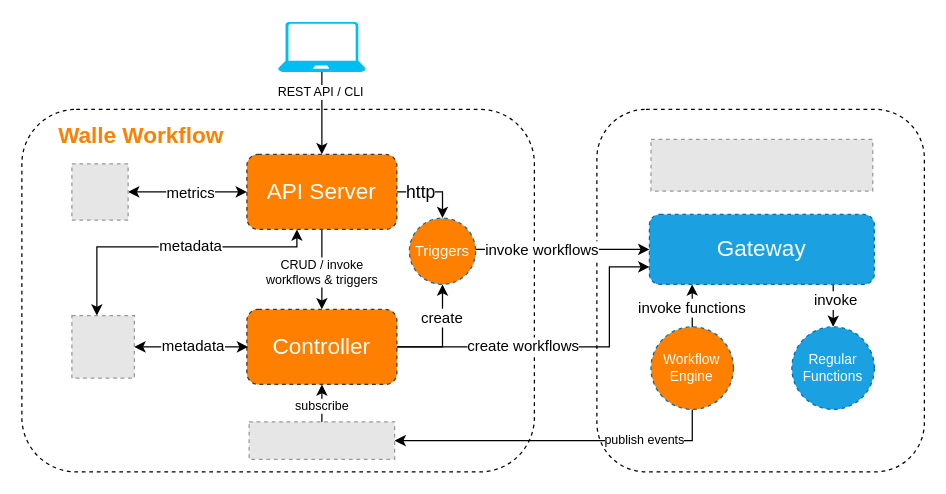
Above: Architecture.drawio in yubinnng/walle (draw.io), before the change. Source tidied: cells renumbered, new cells numbered last; positions are measured from the earlier drawing's top-left corner, leaving out a move shared by most shapes. Both pictures are drawn from the tidied source at 125%, with x=0, y=0 at pixel (21, 21). Pictures stored in the file or linked from it are replaced by grey dashed boxes.
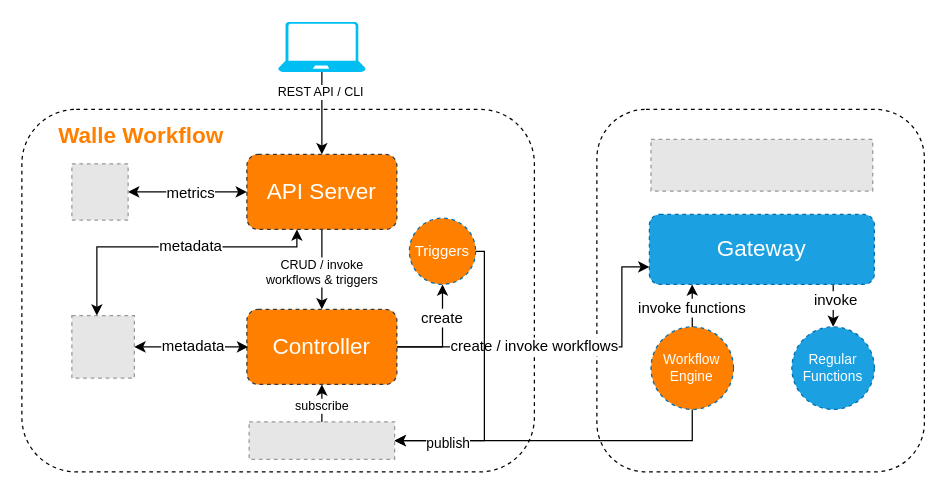
The same page after the edit.

Unchanged cells that the change refers to:
```xml
<mxCell id="6" value="Gateway" style="whiteSpace=wrap;html=1;rounded=1;dashed=1;fillColor=#1ba1e2;fontColor=#ffffff;strokeColor=#006EAF;fontSize=18;" parent="1" vertex="1">
  <mxGeometry x="502" y="154" width="180" height="56" as="geometry" />
</mxCell>
<mxCell id="12" value="Workflow&lt;br&gt;Engine" style="ellipse;whiteSpace=wrap;html=1;rounded=1;dashed=1;fontSize=11;fillColor=#FF8000;fontColor=#ffffff;strokeColor=#006EAF;" parent="1" vertex="1">
  <mxGeometry x="503.3" y="244" width="66" height="66" as="geometry" />
</mxCell>
<mxCell id="18" value="API Server" style="whiteSpace=wrap;html=1;rounded=1;dashed=1;fontSize=18;fillColor=#FF8000;strokeColor=#36393d;fontColor=#FFFFFF;" parent="1" vertex="1">
  <mxGeometry x="180" y="106" width="120" height="60" as="geometry" />
</mxCell>
<mxCell id="30" value="Controller" style="whiteSpace=wrap;html=1;rounded=1;dashed=1;fontSize=18;fillColor=#FF8000;strokeColor=#36393d;fontColor=#FFFFFF;" parent="1" vertex="1">
  <mxGeometry x="180" y="230" width="120" height="60" as="geometry" />
</mxCell>
<mxCell id="31" style="fillColor=#E6E6E6;strokeColor=#999999;dashed=1;verticalLabelPosition=bottom;labelBackgroundColor=#ffffff;verticalAlign=top;" parent="1" vertex="1">
  <mxGeometry x="181.8" y="320" width="116.4" height="30" as="geometry" />
</mxCell>
<mxCell id="40" value="Triggers" style="ellipse;whiteSpace=wrap;html=1;rounded=1;dashed=1;fontSize=12;fillColor=#FF8000;fontColor=#ffffff;strokeColor=#006EAF;" parent="1" vertex="1">
  <mxGeometry x="310" y="157" width="53" height="53" as="geometry" />
</mxCell>
```

What changed in the source:
```diff
@@
-    <mxCell id="10" style="edgeStyle=orthogonalEdgeStyle;rounded=0;jettySize=auto;html=1;entryX=1;entryY=0.5;entryDx=0;entryDy=0;fontSize=12;fontColor=#000000;startArrow=none;startFill=0;endArrow=classic;endFill=1;exitX=0.5;exitY=1;exitDx=0;exitDy=0;" parent="1" edge="1" source="12" target="31">
+    <mxCell id="10" style="edgeStyle=orthogonalEdgeStyle;rounded=0;jettySize=auto;html=1;entryX=1;entryY=0.5;entryDx=0;entryDy=0;exitX=0.5;exitY=1;exitDx=0;exitDy=0;" parent="1" edge="1" source="12" target="31">
       <mxGeometry relative="1" as="geometry" />
     </mxCell>
-    <mxCell id="11" value="publish events" style="edgeLabel;html=1;align=center;verticalAlign=middle;fontSize=10;fontColor=#000000;" parent="10" vertex="1">
-      <mxGeometry x="0.26" y="-1" relative="1" as="geometry">
-        <mxPoint x="102" y="-1" as="offset" />
-      </mxGeometry>
-    </mxCell>
@@
-    <mxCell id="16" style="edgeStyle=orthogonalEdgeStyle;rounded=0;jettySize=auto;html=1;fontSize=14;fontColor=#000000;startArrow=none;startFill=0;endArrow=classic;endFill=1;entryX=0.5;entryY=0;entryDx=0;entryDy=0;" parent="1" edge="1" source="18" target="40">
-      <mxGeometry relative="1" as="geometry" />
-    </mxCell>
-    <mxCell id="17" value="http" style="edgeLabel;html=1;align=center;verticalAlign=middle;fontSize=14;fontColor=#000000;" parent="16" vertex="1">
-      <mxGeometry x="-0.03" y="1" relative="1" as="geometry">
-        <mxPoint x="-10" as="offset" />
-      </mxGeometry>
-    </mxCell>
@@
     <mxCell id="26" style="edgeStyle=orthogonalEdgeStyle;rounded=0;jettySize=auto;html=1;fontSize=12;fontColor=#000000;startArrow=none;startFill=0;endArrow=classic;endFill=1;entryX=0;entryY=0.75;entryDx=0;entryDy=0;" parent="1" edge="1" source="30" target="6">
       <mxGeometry relative="1" as="geometry">
         <Array as="points">
-          <mxPoint x="470" y="260" />
-          <mxPoint x="470" y="196" />
+          <mxPoint x="480" y="260" />
+          <mxPoint x="480" y="196" />
         </Array>
       </mxGeometry>
     </mxCell>
-    <mxCell id="27" value="create workflows" style="edgeLabel;html=1;align=center;verticalAlign=middle;fontSize=12;fontColor=#000000;" parent="26" vertex="1">
+    <mxCell id="27" value="create / invoke workflows" style="edgeLabel;html=1;align=center;verticalAlign=middle;fontSize=12;fontColor=#000000;" parent="26" vertex="1">
       <mxGeometry x="-0.68" y="-2" relative="1" as="geometry">
-        <mxPoint x="57" y="-3" as="offset" />
+        <mxPoint x="66" y="-3" as="offset" />
       </mxGeometry>
     </mxCell>
@@
-    <mxCell id="38" style="edgeStyle=orthogonalEdgeStyle;rounded=0;jettySize=auto;html=1;fontSize=12;fontColor=#000000;startArrow=none;startFill=0;endArrow=classic;endFill=1;" parent="1" edge="1" source="40" target="6">
-      <mxGeometry relative="1" as="geometry">
-        <Array as="points">
-          <mxPoint x="440" y="182" />
-          <mxPoint x="440" y="182" />
-        </Array>
-      </mxGeometry>
-    </mxCell>
-    <mxCell id="39" value="invoke workflows" style="edgeLabel;html=1;align=center;verticalAlign=middle;fontSize=12;fontColor=#000000;" parent="38" vertex="1">
-      <mxGeometry x="-0.52" relative="1" as="geometry">
-        <mxPoint x="20" as="offset" />
-      </mxGeometry>
-    </mxCell>
+    <mxCell id="42" style="edgeStyle=orthogonalEdgeStyle;rounded=0;jettySize=auto;html=1;entryX=1;entryY=0.5;entryDx=0;entryDy=0;" parent="1" edge="1" source="40" target="31">
+      <mxGeometry relative="1" as="geometry">
+        <Array as="points">
+          <mxPoint x="370" y="183" />
+          <mxPoint x="370" y="335" />
+        </Array>
+      </mxGeometry>
+    </mxCell>
+    <mxCell id="43" value="publish" style="edgeLabel;html=1;align=center;verticalAlign=middle;" parent="42" vertex="1">
+      <mxGeometry x="0.77" y="1" relative="1" as="geometry">
+        <mxPoint x="16" as="offset" />
+      </mxGeometry>
+    </mxCell>
```
